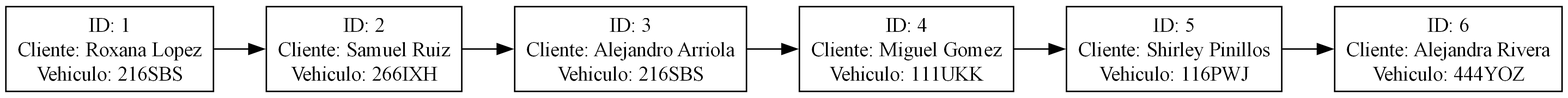
Above: Reportes/Viajes_General.png in miguel-tubac/EDD_Proyecto2_202101927 (Graphviz), before the change. Its source is kept beside it as Reportes/Viajes_General.dot.
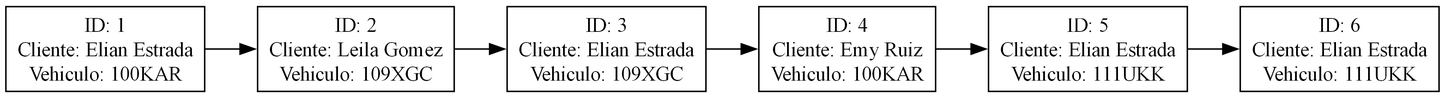
Above is the later version.

Diff of the diagram source:
```diff
@@ -1,12 +1,12 @@
 digraph ListaEnlazada {
     rankdir=LR;
     node [shape=record];
-    node0 [label="ID: 1\nCliente:  Roxana  Lopez\nVehiculo: 216SBS"];
-    node1 [label="ID: 2\nCliente:  Samuel  Ruiz\nVehiculo: 266IXH"];
-    node2 [label="ID: 3\nCliente:  Alejandro  Arriola\nVehiculo: 216SBS"];
-    node3 [label="ID: 4\nCliente:  Miguel  Gomez\nVehiculo: 111UKK"];
-    node4 [label="ID: 5\nCliente:  Shirley  Pinillos\nVehiculo: 116PWJ"];
-    node5 [label="ID: 6\nCliente:  Alejandra  Rivera\nVehiculo: 444YOZ"];
+    node0 [label="ID: 1\nCliente:  Elian  Estrada\nVehiculo: 100KAR"];
+    node1 [label="ID: 2\nCliente:  Leila  Gomez\nVehiculo: 109XGC"];
+    node2 [label="ID: 3\nCliente:  Elian  Estrada\nVehiculo: 109XGC"];
+    node3 [label="ID: 4\nCliente:  Emy  Ruiz\nVehiculo: 100KAR"];
+    node4 [label="ID: 5\nCliente:  Elian  Estrada\nVehiculo: 111UKK"];
+    node5 [label="ID: 6\nCliente:  Elian  Estrada\nVehiculo: 111UKK"];
     node0 -> node1;
     node1 -> node2;
     node2 -> node3;
```
